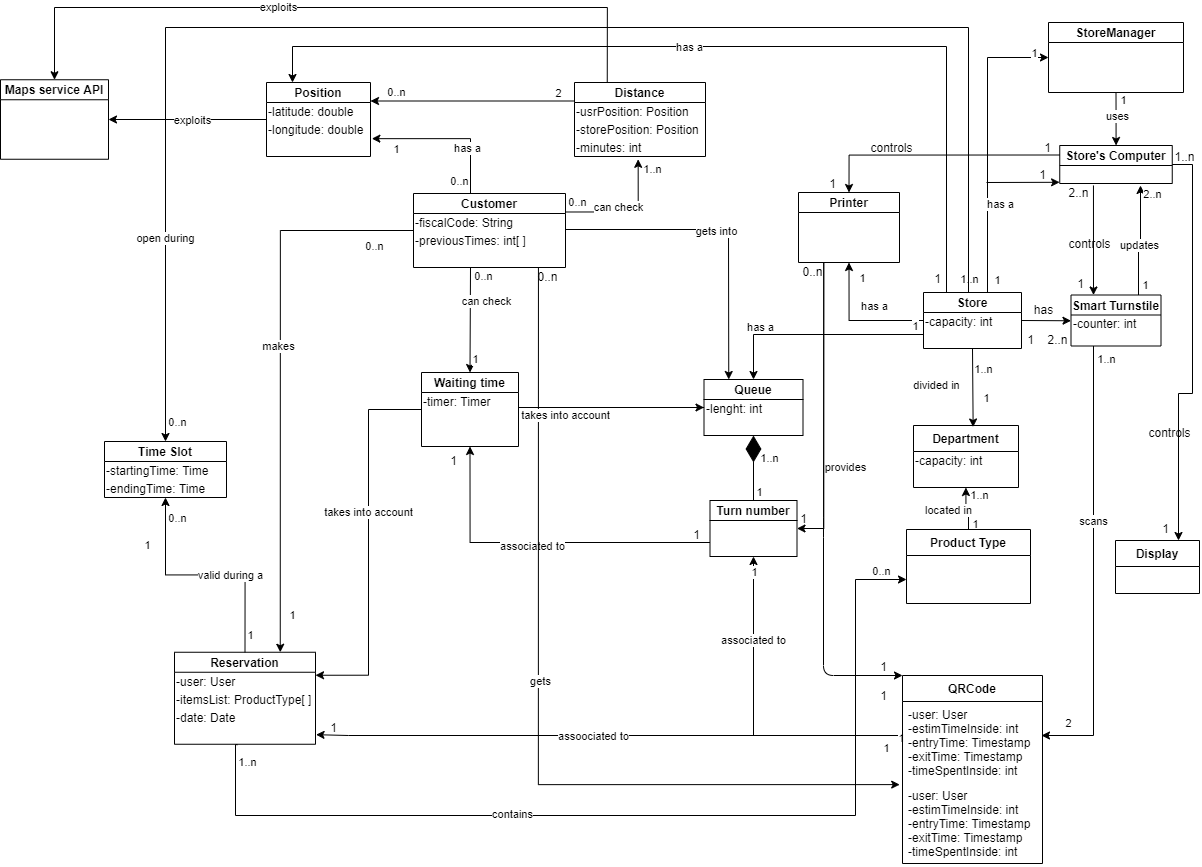
Earlier version of the draw.io export RASD/class_diagram.png (olimpiarivera/RiveraPolidori). Source tidied: cells renumbered, new cells last; positions are measured from the earlier drawing's top-left corner, leaving out a move shared by most shapes.
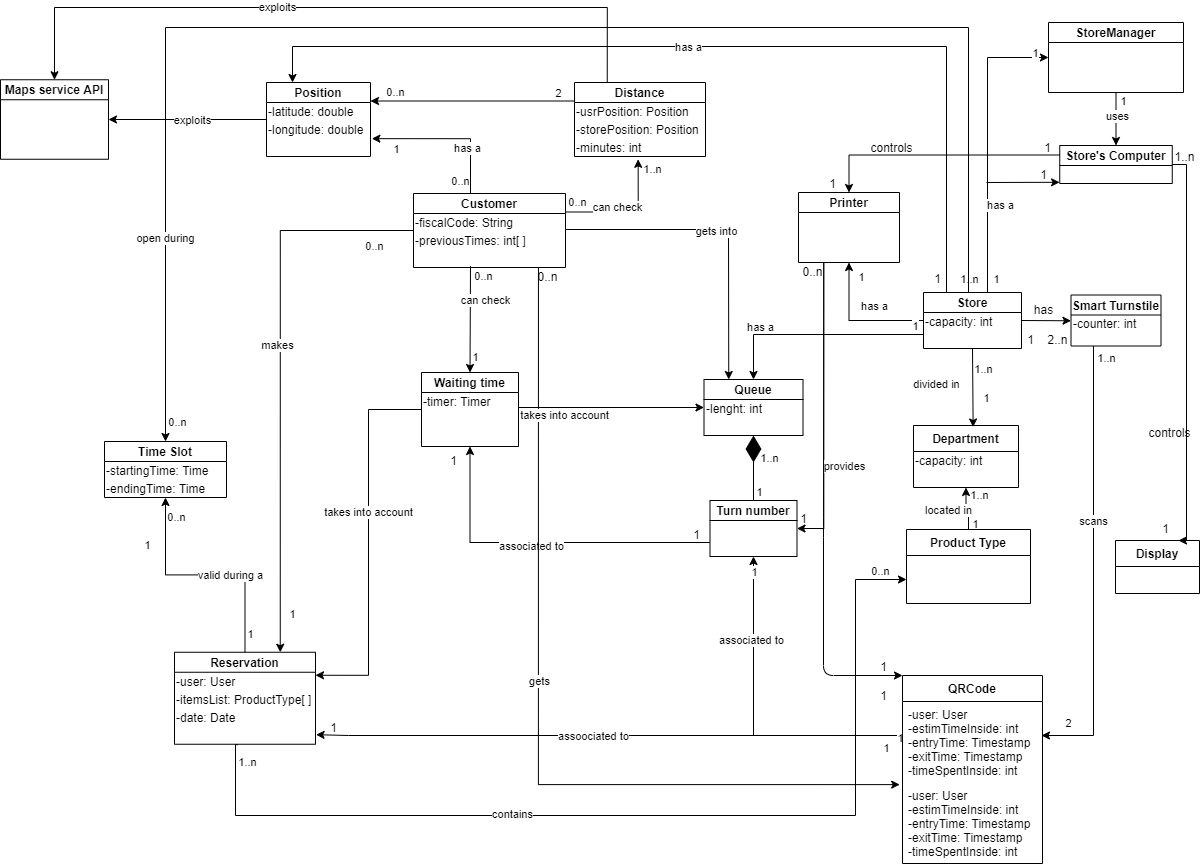
Later version of the same file.

Commit message:
class diagram modified

The edit, as a diff of the source:
```diff
@@ -335,27 +335,6 @@
         <mxPoint x="11.5" as="offset" />
       </mxGeometry>
     </mxCell>
-    <mxCell id="76" style="edgeStyle=orthogonalEdgeStyle;rounded=0;sketch=0;jettySize=auto;html=1;exitX=0.75;exitY=0;exitDx=0;exitDy=0;startArrow=none;startFill=0;sourcePerimeterSpacing=0;" parent="1" edge="1" source="81">
-      <mxGeometry relative="1" as="geometry">
-        <mxPoint x="1140" y="178" as="targetPoint" />
-      </mxGeometry>
-    </mxCell>
-    <mxCell id="77" value="updates" style="edgeLabel;html=1;align=center;verticalAlign=middle;" parent="76" vertex="1">
-      <mxGeometry x="-0.1" relative="1" as="geometry" />
-    </mxCell>
-    <mxCell id="78" value="1" style="edgeLabel;html=1;align=center;verticalAlign=middle;" parent="76" vertex="1">
-      <mxGeometry x="-0.81" y="-1" relative="1" as="geometry">
-        <mxPoint x="5.5" as="offset" />
-      </mxGeometry>
-    </mxCell>
-    <mxCell id="79" value="2..n" style="edgeLabel;html=1;align=center;verticalAlign=middle;" parent="76" vertex="1">
-      <mxGeometry x="0.7" y="-1" relative="1" as="geometry">
-        <mxPoint x="10.3" y="-8.5" as="offset" />
-      </mxGeometry>
-    </mxCell>
-    <mxCell id="80" style="edgeStyle=orthogonalEdgeStyle;rounded=0;jettySize=auto;html=1;exitX=0.293;exitY=1.109;exitDx=0;exitDy=0;entryX=0.25;entryY=0;entryDx=0;entryDy=0;exitPerimeter=0;" parent="1" edge="1" source="152" target="81">
-      <mxGeometry relative="1" as="geometry" />
-    </mxCell>
     <mxCell id="81" value="Smart Turnstile" style="swimlane;fontStyle=1;horizontal=1;startSize=20;fillColor=none;" parent="1" vertex="1">
       <mxGeometry x="1070.5" y="287.5" width="90" height="51" as="geometry" />
     </mxCell>
@@ -520,9 +499,8 @@
     <mxCell id="121" style="edgeStyle=orthogonalEdgeStyle;rounded=0;jettySize=auto;html=1;exitX=1;exitY=0.5;exitDx=0;exitDy=0;entryX=0.75;entryY=0;entryDx=0;entryDy=0;" parent="1" edge="1" source="122" target="156">
       <mxGeometry relative="1" as="geometry">
         <Array as="points">
-          <mxPoint x="1192" y="157" />
-          <mxPoint x="1192" y="386" />
-          <mxPoint x="1178" y="386" />
+          <mxPoint x="1186" y="157" />
+          <mxPoint x="1186" y="533" />
         </Array>
       </mxGeometry>
     </mxCell>
@@ -640,15 +618,6 @@
     <mxCell id="152" value="&amp;nbsp;&amp;nbsp;" style="text;html=1;align=left;verticalAlign=middle;points=[];" parent="1" vertex="1">
       <mxGeometry x="1060" y="158" width="112.5" height="18" as="geometry" />
     </mxCell>
-    <mxCell id="153" value="controls" style="text;html=1;align=center;verticalAlign=middle;" parent="1" vertex="1">
-      <mxGeometry x="1063" y="227" width="52" height="18" as="geometry" />
-    </mxCell>
-    <mxCell id="154" value="2..n" style="text;html=1;align=center;verticalAlign=middle;" parent="1" vertex="1">
-      <mxGeometry x="1063" y="176" width="30" height="18" as="geometry" />
-    </mxCell>
-    <mxCell id="155" value="1" style="text;html=1;align=center;verticalAlign=middle;" parent="1" vertex="1">
-      <mxGeometry x="1072" y="267" width="17" height="18" as="geometry" />
-    </mxCell>
     <mxCell id="156" value="Display" style="swimlane;fontStyle=1;horizontal=1;startSize=26;fillColor=none;" parent="1" vertex="1">
       <mxGeometry x="1115" y="533" width="84" height="53" as="geometry" />
     </mxCell>
```
